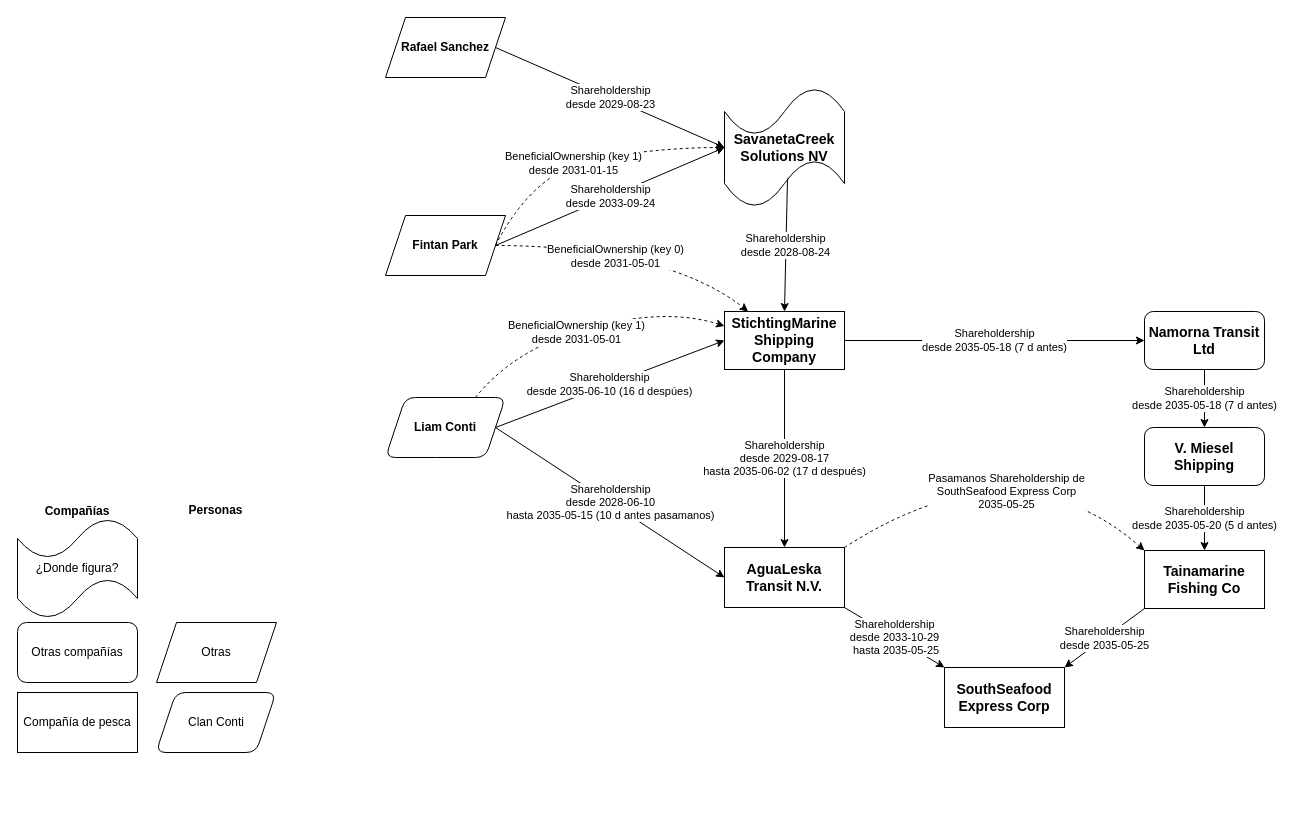
The draw.io diagram vast2024/SouthSeafood.drawio in bettachini/visualizacion, before the edit. Source tidied: cells renumbered, new cells numbered last; positions are measured from the earlier drawing's top-left corner, leaving out a move shared by most shapes. Both pictures are drawn from the tidied source at 100%, with x=0, y=0 at pixel (17, 17).
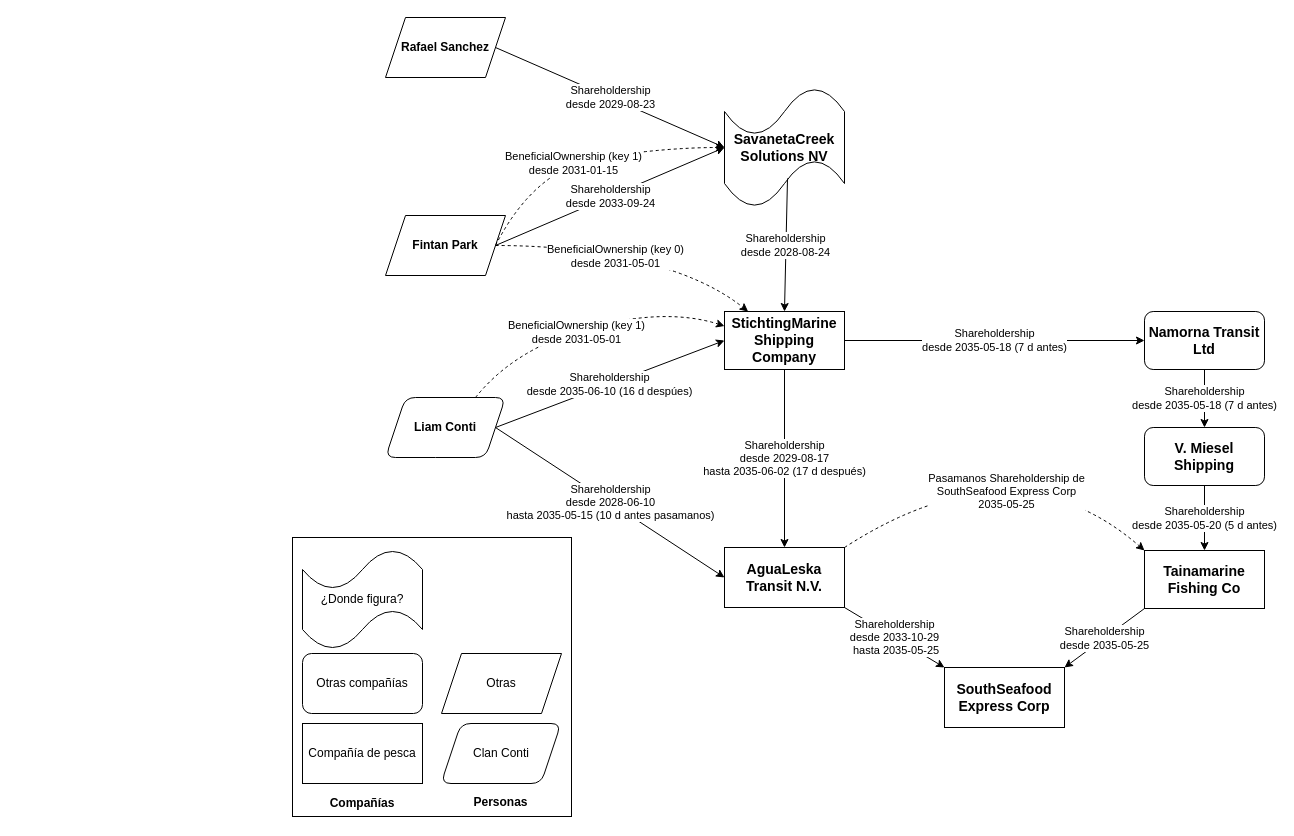
Above is the later version.

Change to the diagram source:
```diff
@@
     <mxCell id="16" value="Compañía de pesca" style="rounded=0;whiteSpace=wrap;html=1;" parent="1" vertex="1">
-      <mxGeometry y="675" width="120" height="60" as="geometry" />
+      <mxGeometry x="285" y="706" width="120" height="60" as="geometry" />
     </mxCell>
     <mxCell id="17" value="Otras compañías" style="rounded=1;whiteSpace=wrap;html=1;" parent="1" vertex="1">
-      <mxGeometry y="605" width="120" height="60" as="geometry" />
+      <mxGeometry x="285" y="636" width="120" height="60" as="geometry" />
     </mxCell>
@@
     <mxCell id="20" value="¿Donde figura?" style="shape=tape;whiteSpace=wrap;html=1;rounded=1;" parent="1" vertex="1">
-      <mxGeometry y="501" width="120" height="100" as="geometry" />
+      <mxGeometry x="285" y="532" width="120" height="100" as="geometry" />
     </mxCell>
     <mxCell id="21" value="&lt;b&gt;Compañías&lt;/b&gt;" style="text;html=1;strokeColor=none;fillColor=none;align=center;verticalAlign=middle;whiteSpace=wrap;rounded=0;" parent="1" vertex="1">
-      <mxGeometry x="30" y="479" width="60" height="30" as="geometry" />
+      <mxGeometry x="315" y="771" width="60" height="30" as="geometry" />
     </mxCell>
     <mxCell id="22" value="&lt;b&gt;Personas&lt;/b&gt;" style="text;html=1;strokeColor=none;fillColor=none;align=center;verticalAlign=middle;whiteSpace=wrap;rounded=0;" parent="1" vertex="1">
-      <mxGeometry x="162" y="478" width="73" height="30" as="geometry" />
+      <mxGeometry x="447" y="770" width="73" height="30" as="geometry" />
     </mxCell>
     <mxCell id="23" value="Clan Conti" style="shape=parallelogram;perimeter=parallelogramPerimeter;whiteSpace=wrap;html=1;fixedSize=1;rounded=1;" parent="1" vertex="1">
-      <mxGeometry x="138.5" y="675" width="120" height="60" as="geometry" />
+      <mxGeometry x="423.5" y="706" width="120" height="60" as="geometry" />
     </mxCell>
@@
     <mxCell id="27" value="Otras" style="shape=parallelogram;perimeter=parallelogramPerimeter;whiteSpace=wrap;html=1;fixedSize=1;rounded=0;" parent="1" vertex="1">
-      <mxGeometry x="139" y="605" width="120" height="60" as="geometry" />
+      <mxGeometry x="424" y="636" width="120" height="60" as="geometry" />
     </mxCell>
@@
+    <mxCell id="38" style="whiteSpace=wrap;html=1;fillColor=none;" parent="1" vertex="1">
+      <mxGeometry x="275" y="520" width="279" height="279" as="geometry" />
+    </mxCell>
```
